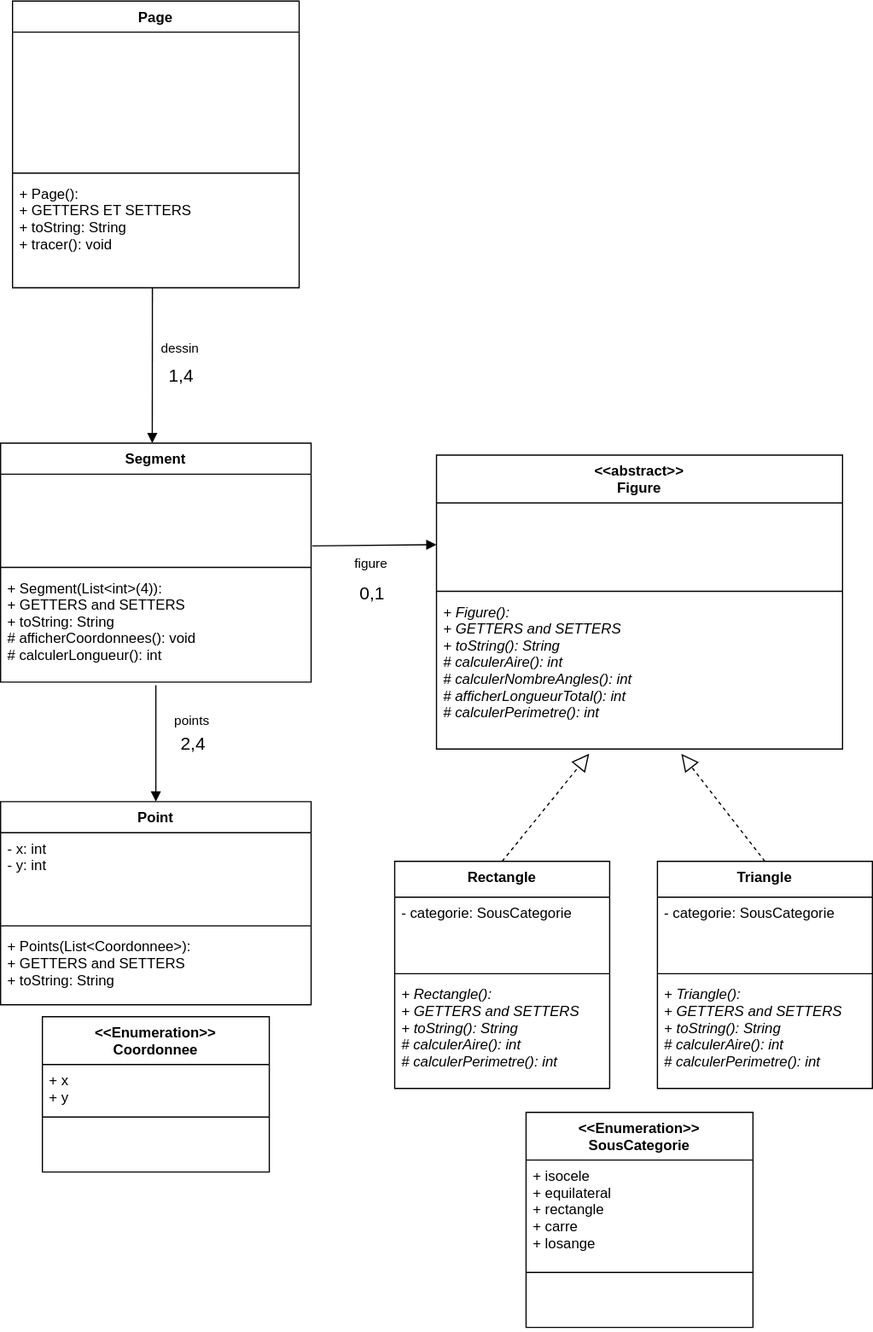
This is TP10_Geometrie/assets/diagramme_de_classe.drawio.svg from jeremyfouquet/polymorphisme_java, a draw.io export, as it was before one commit. Source tidied: cells renumbered, new cells last; positions are measured from the earlier drawing's top-left corner, leaving out a move shared by most shapes.
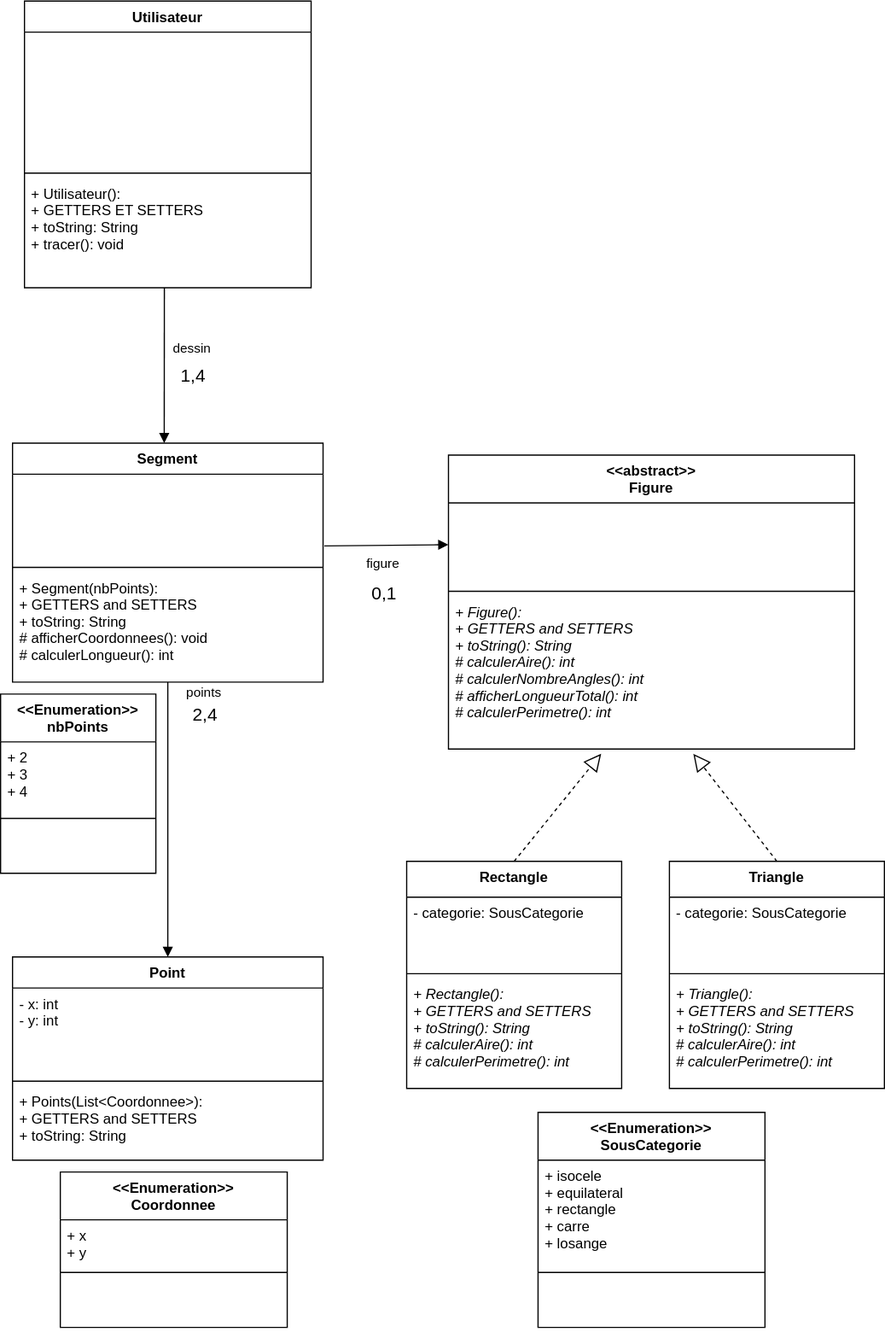
After the change.

Diff of the diagram source:
```diff
@@ -3,7 +3,7 @@
     <mxCell id="0" />
     <mxCell id="1" parent="0" />
     <mxCell id="2" value="Point" style="swimlane;fontStyle=1;align=center;verticalAlign=top;horizontal=1;startSize=26;" parent="1" vertex="1">
-      <mxGeometry y="670" width="260" height="170" as="geometry" />
+      <mxGeometry y="800" width="260" height="170" as="geometry" />
     </mxCell>
     <mxCell id="3" value="- x: int&#10;- y: int" style="text;strokeColor=none;fillColor=none;align=left;verticalAlign=top;spacingLeft=4;spacingRight=4;overflow=hidden;fontStyle=0;" parent="2" vertex="1">
       <mxGeometry y="26" width="260" height="74" as="geometry" />
@@ -26,7 +26,7 @@
     <mxCell id="9" value="+ Figure():&#10;+ GETTERS and SETTERS&#10;+ toString(): String&#10;# calculerAire(): int&#10;# calculerNombreAngles(): int&#10;# afficherLongueurTotal(): int&#10;# calculerPerimetre(): int" style="text;strokeColor=none;fillColor=none;align=left;verticalAlign=top;spacingLeft=4;spacingRight=4;overflow=hidden;points=[[0,0.5],[1,0.5]];portConstraint=eastwest;fontStyle=2;" parent="6" vertex="1">
       <mxGeometry y="118" width="340" height="128" as="geometry" />
     </mxCell>
-    <mxCell id="10" value="Page" style="swimlane;fontStyle=1;align=center;verticalAlign=top;horizontal=1;startSize=26;" parent="1" vertex="1">
+    <mxCell id="10" value="Utilisateur" style="swimlane;fontStyle=1;align=center;verticalAlign=top;horizontal=1;startSize=26;" parent="1" vertex="1">
       <mxGeometry x="10" width="240" height="240" as="geometry" />
     </mxCell>
     <mxCell id="11" value=" " style="text;strokeColor=none;fillColor=none;align=left;verticalAlign=top;spacingLeft=4;spacingRight=4;overflow=hidden;fontStyle=0;" parent="10" vertex="1">
@@ -35,7 +35,7 @@
     <mxCell id="12" style="line;strokeWidth=1;fillColor=none;align=left;verticalAlign=middle;spacingTop=-1;spacingLeft=3;spacingRight=3;labelPosition=right;" parent="10" vertex="1">
       <mxGeometry y="140" width="240" height="8" as="geometry" />
     </mxCell>
-    <mxCell id="13" value="+ Page():&#10;+ GETTERS ET SETTERS&#10;+ toString: String&#10;+ tracer(): void" style="text;strokeColor=none;fillColor=none;align=left;verticalAlign=top;spacingLeft=4;spacingRight=4;overflow=hidden;points=[[0,0.5],[1,0.5]];portConstraint=eastwest;fontStyle=0;" parent="10" vertex="1">
+    <mxCell id="13" value="+ Utilisateur():&#10;+ GETTERS ET SETTERS&#10;+ toString: String&#10;+ tracer(): void" style="text;strokeColor=none;fillColor=none;align=left;verticalAlign=top;spacingLeft=4;spacingRight=4;overflow=hidden;points=[[0,0.5],[1,0.5]];portConstraint=eastwest;fontStyle=0;" parent="10" vertex="1">
       <mxGeometry y="148" width="240" height="92" as="geometry" />
     </mxCell>
     <mxCell id="14" value="figure" style="html=1;verticalAlign=bottom;endArrow=block;rounded=0;exitX=1.004;exitY=0.811;exitDx=0;exitDy=0;exitPerimeter=0;entryX=0;entryY=0.5;entryDx=0;entryDy=0;" parent="1" edge="1" source="21" target="7">
@@ -67,15 +67,17 @@
     <mxCell id="22" style="line;strokeWidth=1;fillColor=none;align=left;verticalAlign=middle;spacingTop=-1;spacingLeft=3;spacingRight=3;labelPosition=right;" parent="20" vertex="1">
       <mxGeometry y="100" width="260" height="8" as="geometry" />
     </mxCell>
-    <mxCell id="23" value="+ Segment(List&lt;int&gt;(4)):&#10;+ GETTERS and SETTERS&#10;+ toString: String&#10;# afficherCoordonnees(): void&#10;# calculerLongueur(): int" style="text;strokeColor=none;fillColor=none;align=left;verticalAlign=top;spacingLeft=4;spacingRight=4;overflow=hidden;points=[[0,0.5],[1,0.5]];portConstraint=eastwest;fontStyle=0;" parent="20" vertex="1">
+    <mxCell id="23" value="+ Segment(nbPoints):&#10;+ GETTERS and SETTERS&#10;+ toString: String&#10;# afficherCoordonnees(): void&#10;# calculerLongueur(): int" style="text;strokeColor=none;fillColor=none;align=left;verticalAlign=top;spacingLeft=4;spacingRight=4;overflow=hidden;points=[[0,0.5],[1,0.5]];portConstraint=eastwest;fontStyle=0;" parent="20" vertex="1">
       <mxGeometry y="108" width="260" height="92" as="geometry" />
     </mxCell>
-    <mxCell id="24" value="points" style="html=1;verticalAlign=bottom;endArrow=block;rounded=0;exitX=0.5;exitY=1.028;exitDx=0;exitDy=0;entryX=0.5;entryY=0;entryDx=0;entryDy=0;exitPerimeter=0;" parent="1" edge="1" source="23" target="2">
-      <mxGeometry x="-0.22" y="30" relative="1" as="geometry" />
+    <mxCell id="24" value="points" style="html=1;verticalAlign=bottom;endArrow=block;rounded=0;entryX=0.5;entryY=0;entryDx=0;entryDy=0;" parent="1" edge="1" target="2">
+      <mxGeometry x="-0.85" y="30" relative="1" as="geometry">
+        <mxPoint x="130" y="570" as="sourcePoint" />
+      </mxGeometry>
     </mxCell>
     <mxCell id="25" value="2,4" style="edgeLabel;html=1;align=center;verticalAlign=middle;fontSize=15;" parent="24" vertex="1">
       <mxGeometry x="0.4" y="-2" relative="1" as="geometry">
-        <mxPoint x="32" y="-20" as="offset" />
+        <mxPoint x="32" y="-134" as="offset" />
       </mxGeometry>
     </mxCell>
     <mxCell id="26" value="Triangle" style="swimlane;fontStyle=1;align=center;verticalAlign=top;horizontal=1;startSize=30;" parent="1" vertex="1">
@@ -103,7 +105,7 @@
       <mxGeometry y="98" width="180" height="92" as="geometry" />
     </mxCell>
     <mxCell id="34" value="&lt;&lt;Enumeration&gt;&gt;&#10;Coordonnee" style="swimlane;fontStyle=1;align=center;verticalAlign=top;horizontal=1;startSize=40;" parent="1" vertex="1">
-      <mxGeometry x="35" y="850" width="190" height="130" as="geometry" />
+      <mxGeometry x="40" y="980" width="190" height="130" as="geometry" />
     </mxCell>
     <mxCell id="35" value="+ x&#10;+ y" style="text;strokeColor=none;fillColor=none;align=left;verticalAlign=top;spacingLeft=4;spacingRight=4;overflow=hidden;fontStyle=0;" parent="34" vertex="1">
       <mxGeometry y="40" width="190" height="40" as="geometry" />
@@ -130,5 +132,17 @@
     <mxCell id="41" style="endArrow=block;dashed=1;endFill=0;endSize=12;html=1;rounded=0;entryX=0.603;entryY=1.031;entryDx=0;entryDy=0;entryPerimeter=0;exitX=0.5;exitY=0;exitDx=0;exitDy=0;" parent="1" edge="1" source="26" target="9">
       <mxGeometry relative="1" as="geometry" />
     </mxCell>
+    <mxCell id="42" value="&lt;&lt;Enumeration&gt;&gt;&#10;nbPoints" style="swimlane;fontStyle=1;align=center;verticalAlign=top;horizontal=1;startSize=40;" parent="1" vertex="1">
+      <mxGeometry x="-10" y="580" width="130" height="150" as="geometry" />
+    </mxCell>
+    <mxCell id="43" value="+ 2&#10;+ 3&#10;+ 4" style="text;strokeColor=none;fillColor=none;align=left;verticalAlign=top;spacingLeft=4;spacingRight=4;overflow=hidden;fontStyle=0;" parent="42" vertex="1">
+      <mxGeometry y="40" width="130" height="60" as="geometry" />
+    </mxCell>
+    <mxCell id="44" style="line;strokeWidth=1;fillColor=none;align=left;verticalAlign=middle;spacingTop=-1;spacingLeft=3;spacingRight=3;labelPosition=right;" parent="42" vertex="1">
+      <mxGeometry y="100" width="130" height="8" as="geometry" />
+    </mxCell>
+    <mxCell id="45" value=" " style="text;strokeColor=none;fillColor=none;align=left;verticalAlign=top;spacingLeft=4;spacingRight=4;overflow=hidden;fontStyle=0;" parent="42" vertex="1">
+      <mxGeometry y="108" width="130" height="42" as="geometry" />
+    </mxCell>
   </root>
 </mxGraphModel>
```
